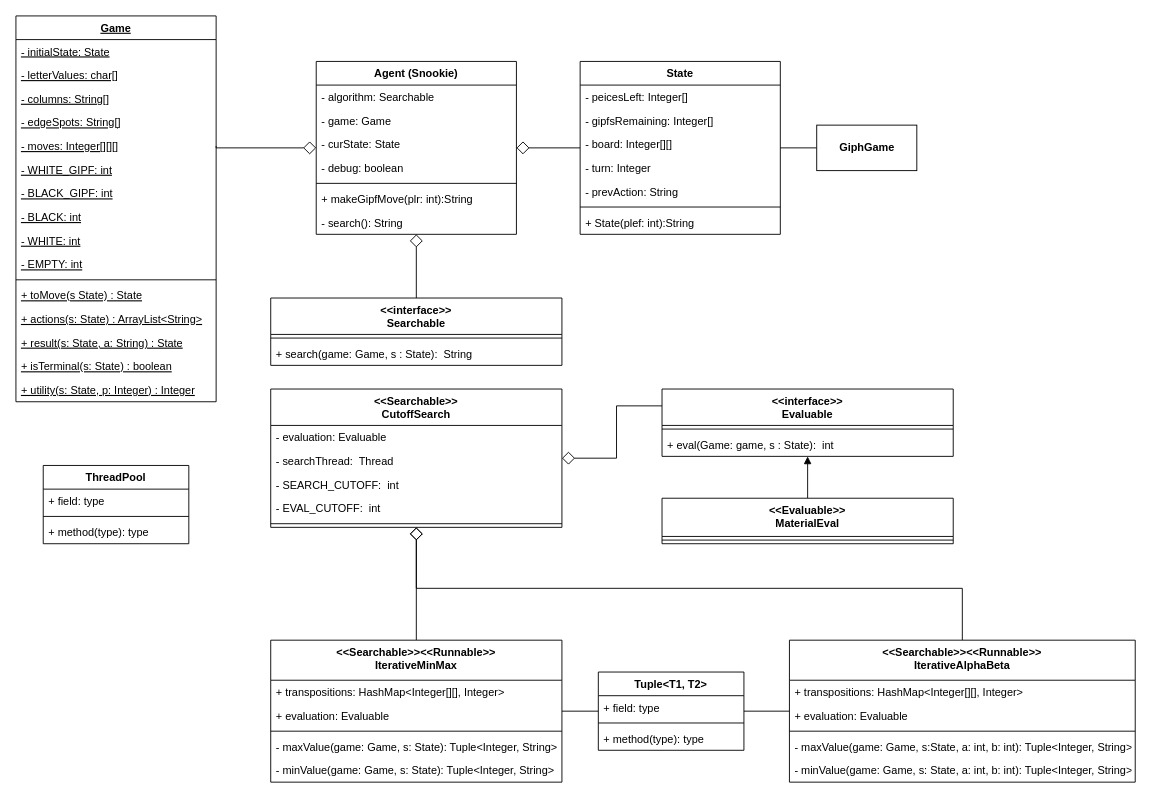
Earlier version of the draw.io diagram diagrams/CSC3335_Project3.drawio (tone-man/tone-man-hancockcraveirocanfield_3335_project3). Source tidied: cells renumbered, new cells numbered last; positions are measured from the earlier drawing's top-left corner, leaving out a move shared by most shapes. Both pictures are drawn from the tidied source at 91%, with x=0, y=0 at pixel (15, 15).
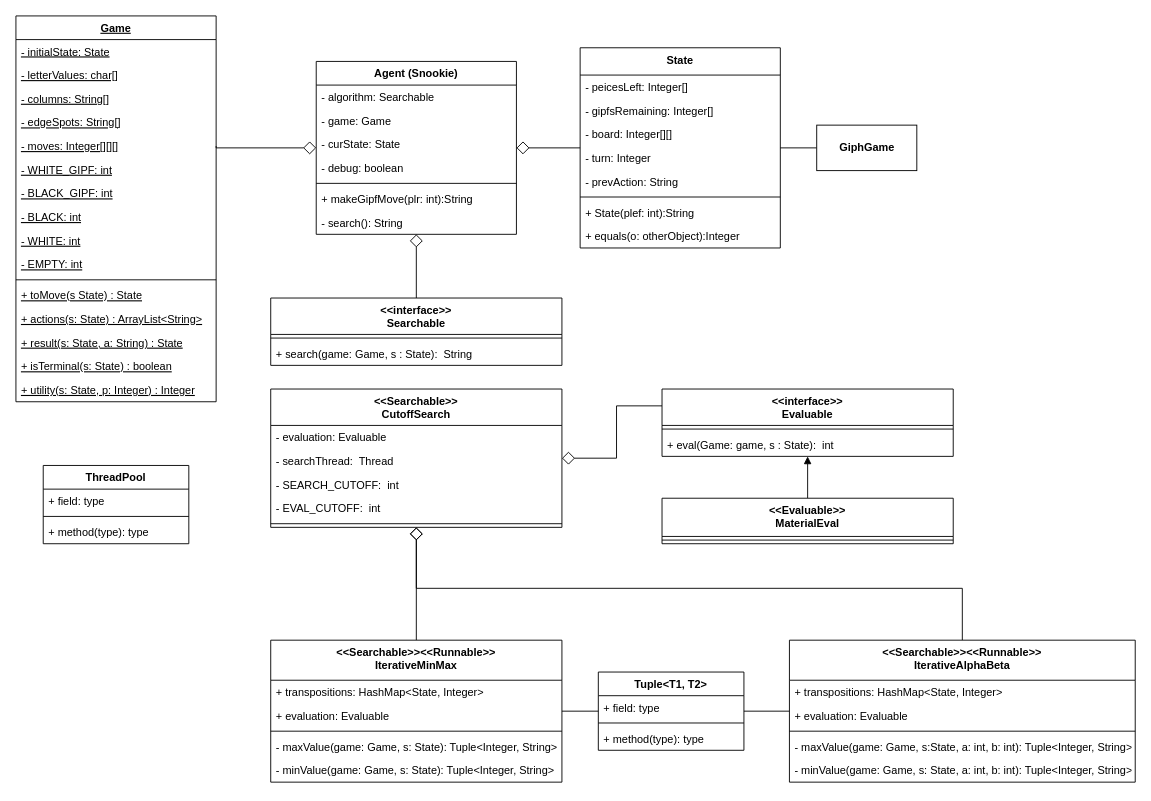
After the change.

Commit message (it also covers changes not shown here):
Transposition in UML 2

I realized last second its easier to do it another way. We override Objects equals method and use that to verify equal board states.

The change refers to these unchanged cells:
```xml
<mxCell id="11" value="&lt;&lt;Searchable&gt;&gt;&lt;&lt;Runnable&gt;&gt;&#10;IterativeMinMax" style="swimlane;fontStyle=1;align=center;verticalAlign=top;horizontal=1;startSize=44;" parent="1" vertex="1">
  <mxGeometry x="280" y="686" width="320" height="156" as="geometry" />
</mxCell>
<mxCell id="36" value="&lt;&lt;Searchable&gt;&gt;&lt;&lt;Runnable&gt;&gt;&#10;IterativeAlphaBeta" style="swimlane;fontStyle=1;align=center;verticalAlign=top;horizontal=1;startSize=44;" parent="1" vertex="1">
  <mxGeometry x="850" y="686" width="380" height="156" as="geometry" />
</mxCell>
```

The edit, as a diff of the source:
```diff
@@
-    <mxCell id="12" value="+ transpositions: HashMap&lt;Integer[][], Integer&gt;" style="text;strokeColor=none;fillColor=none;align=left;verticalAlign=top;spacingLeft=4;spacingRight=4;overflow=hidden;" parent="11" vertex="1">
+    <mxCell id="12" value="+ transpositions: HashMap&lt;State, Integer&gt;" style="text;strokeColor=none;fillColor=none;align=left;verticalAlign=top;spacingLeft=4;spacingRight=4;overflow=hidden;" parent="11" vertex="1">
       <mxGeometry y="44" width="320" height="26" as="geometry" />
     </mxCell>
@@
-    <mxCell id="37" value="+ transpositions: HashMap&lt;Integer[][], Integer&gt;" style="text;strokeColor=none;fillColor=none;align=left;verticalAlign=top;spacingLeft=4;spacingRight=4;overflow=hidden;" parent="36" vertex="1">
+    <mxCell id="37" value="+ transpositions: HashMap&lt;State, Integer&gt;" style="text;strokeColor=none;fillColor=none;align=left;verticalAlign=top;spacingLeft=4;spacingRight=4;overflow=hidden;" parent="36" vertex="1">
       <mxGeometry y="44" width="380" height="26" as="geometry" />
     </mxCell>
@@
-    <mxCell id="63" value="State" style="swimlane;fontStyle=1;align=center;verticalAlign=top;horizontal=1;startSize=26;" parent="1" vertex="1">
-      <mxGeometry x="620" y="50" width="220" height="190" as="geometry" />
+    <mxCell id="63" value="State" style="swimlane;fontStyle=1;align=center;verticalAlign=top;horizontal=1;startSize=30;" parent="1" vertex="1">
+      <mxGeometry x="620" y="35" width="220" height="220" as="geometry" />
     </mxCell>
     <mxCell id="64" value="- peicesLeft: Integer[]" style="text;strokeColor=none;fillColor=none;align=left;verticalAlign=top;spacingLeft=4;spacingRight=4;overflow=hidden;" parent="63" vertex="1">
-      <mxGeometry y="26" width="220" height="26" as="geometry" />
+      <mxGeometry y="30" width="220" height="26" as="geometry" />
     </mxCell>
     <mxCell id="65" value="- gipfsRemaining: Integer[]" style="text;strokeColor=none;fillColor=none;align=left;verticalAlign=top;spacingLeft=4;spacingRight=4;overflow=hidden;" parent="63" vertex="1">
-      <mxGeometry y="52" width="220" height="26" as="geometry" />
+      <mxGeometry y="56" width="220" height="26" as="geometry" />
     </mxCell>
     <mxCell id="66" value="- board: Integer[][]" style="text;strokeColor=none;fillColor=none;align=left;verticalAlign=top;spacingLeft=4;spacingRight=4;overflow=hidden;" parent="63" vertex="1">
-      <mxGeometry y="78" width="220" height="26" as="geometry" />
+      <mxGeometry y="82" width="220" height="26" as="geometry" />
     </mxCell>
     <mxCell id="67" value="- turn: Integer" style="text;strokeColor=none;fillColor=none;align=left;verticalAlign=top;spacingLeft=4;spacingRight=4;overflow=hidden;" parent="63" vertex="1">
-      <mxGeometry y="104" width="220" height="26" as="geometry" />
+      <mxGeometry y="108" width="220" height="26" as="geometry" />
     </mxCell>
     <mxCell id="68" value="- prevAction: String" style="text;strokeColor=none;fillColor=none;align=left;verticalAlign=top;spacingLeft=4;spacingRight=4;overflow=hidden;" parent="63" vertex="1">
-      <mxGeometry y="130" width="220" height="26" as="geometry" />
+      <mxGeometry y="134" width="220" height="26" as="geometry" />
     </mxCell>
     <mxCell id="69" style="line;strokeWidth=1;fillColor=none;align=left;verticalAlign=middle;spacingTop=-1;spacingLeft=3;spacingRight=3;labelPosition=right;strokeColor=inherit;" parent="63" vertex="1">
-      <mxGeometry y="156" width="220" height="8" as="geometry" />
+      <mxGeometry y="160" width="220" height="8" as="geometry" />
     </mxCell>
     <mxCell id="70" value="+ State(plef: int):String" style="text;strokeColor=none;fillColor=none;align=left;verticalAlign=top;spacingLeft=4;spacingRight=4;overflow=hidden;" parent="63" vertex="1">
-      <mxGeometry y="164" width="220" height="26" as="geometry" />
+      <mxGeometry y="168" width="220" height="26" as="geometry" />
     </mxCell>
+    <mxCell id="80" value="+ equals(o: otherObject):Integer" style="text;strokeColor=none;fillColor=none;align=left;verticalAlign=top;spacingLeft=4;spacingRight=4;overflow=hidden;" parent="63" vertex="1">
+      <mxGeometry y="194" width="220" height="26" as="geometry" />
+    </mxCell>
```
